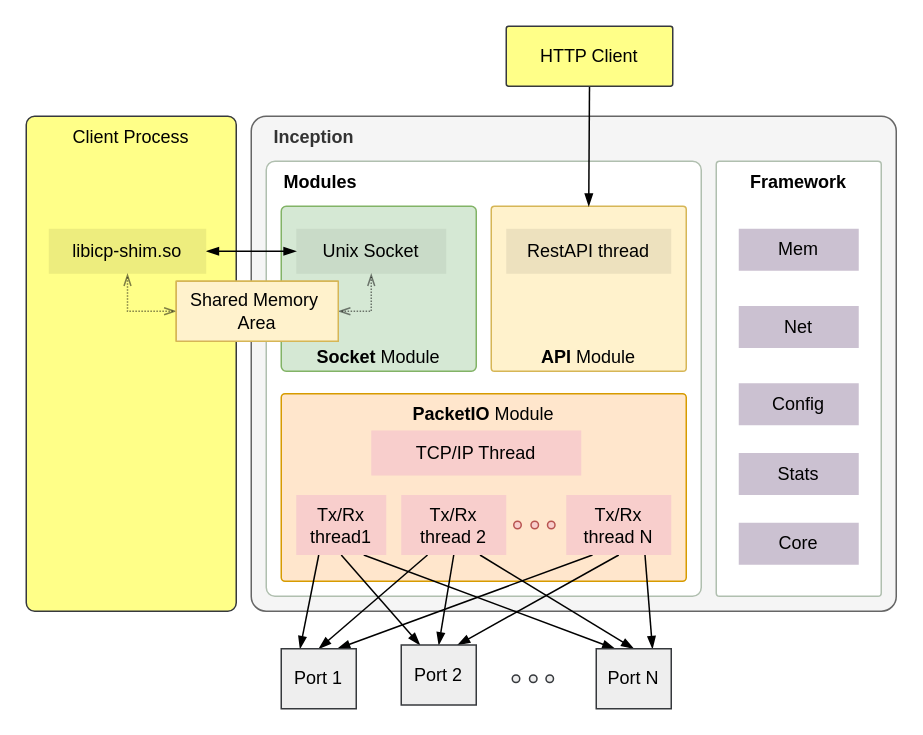
Before: page "LD-PRELOAD" (1 of 5) of doc/images/block_diagram.drawio in Spirent/openperf, a draw.io diagram. Source tidied: cells renumbered, new cells numbered last; positions are measured from the earlier drawing's top-left corner, leaving out a move shared by most shapes. Both pictures are drawn from the tidied source at 150%, with x=0, y=0 at pixel (26, 26).
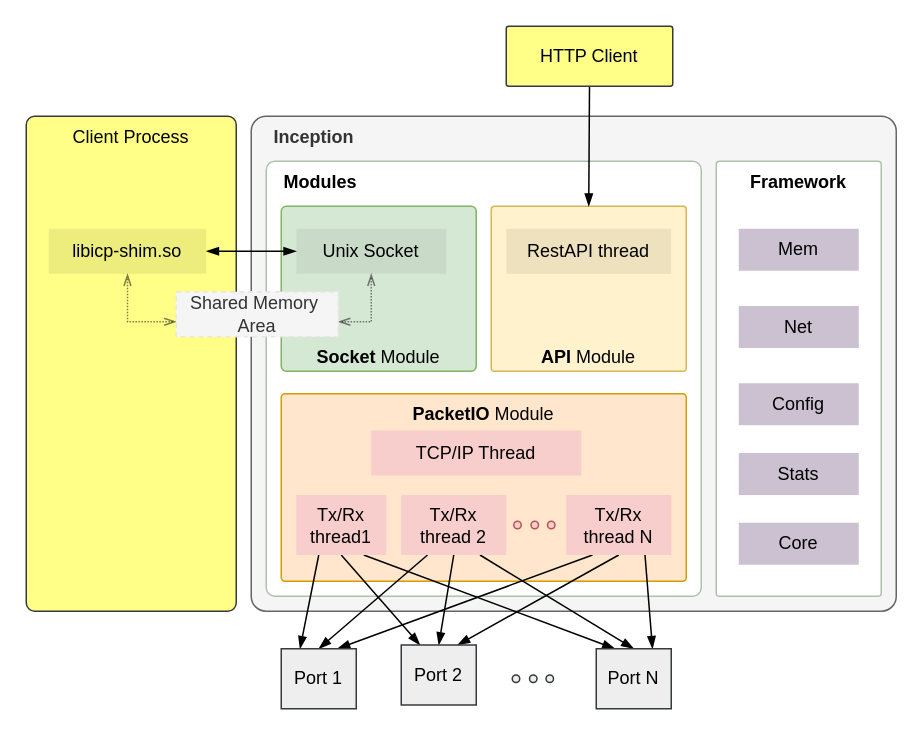
The same diagram, later.

Change to the diagram source:
```diff
@@
-    <mxCell id="38" value="Shared Memory&amp;nbsp; Area" style="shape=cube;whiteSpace=wrap;html=1;boundedLbl=1;backgroundOutline=1;darkOpacity=0.05;darkOpacity2=0.1;fontFamily=Avenir Next Condensed;fillColor=#fff2cc;strokeColor=#d6b656;size=0;" parent="1" vertex="1">
-      <mxGeometry x="100" y="170" width="108" height="40" as="geometry" />
+    <mxCell id="38" value="Shared Memory&amp;nbsp; Area" style="shape=cube;whiteSpace=wrap;html=1;boundedLbl=1;backgroundOutline=1;darkOpacity=0.05;darkOpacity2=0.1;fontFamily=Avenir Next Condensed;fillColor=#f5f5f5;strokeColor=#E6E6E6;size=0;fontColor=#333333;dashed=1;" parent="1" vertex="1">
+      <mxGeometry x="100" y="177" width="108" height="30" as="geometry" />
     </mxCell>
```
